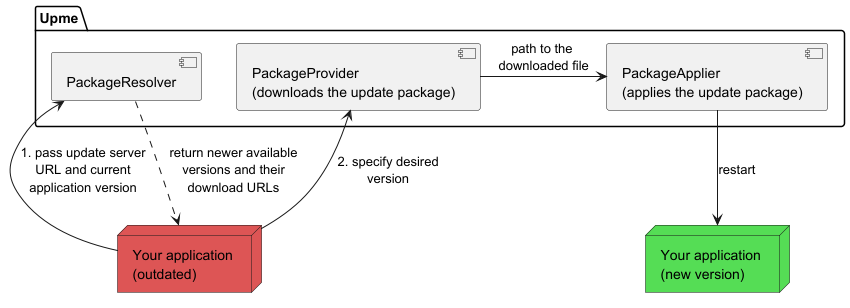
The PlantUML diagram docs/target/flow.png in olepoeschl/Upme, before a commit.
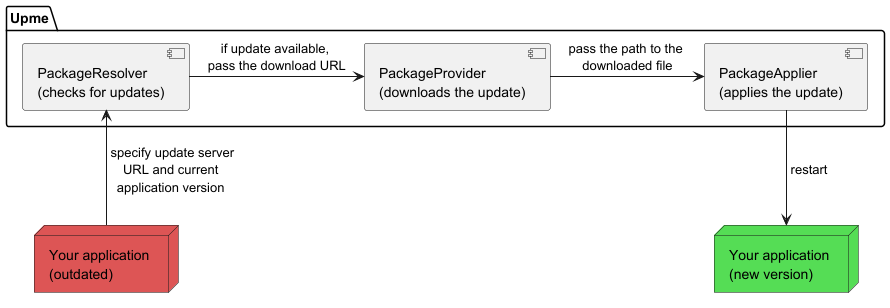
Later version of the same file.

Commit message:
more high-level flow diagram

Diff of the diagram source:
```diff
@@ -2,17 +2,16 @@
 skinparam backgroundColor transparent
 
 package "Upme" {
-    [PackageResolver] as resolver
-    [PackageProvider\n(downloads the update package)] as provider
-    [PackageApplier\n(applies the update package)] as applier
+    [PackageResolver\n(checks for updates)] as resolver
+    [PackageProvider\n(downloads the update)] as provider
+    [PackageApplier\n(applies the update)] as applier
 }
 node "Your application \n(outdated)" as old_app #dd5555
 node "Your application \n(new version)" as new_app #55dd55
 
-old_app -left-> resolver : "1. pass update server\nURL and current\napplication version"
-resolver .down.> old_app : "return newer available\nversions and their\ndownload URLs"
-old_app -up-> provider : "2. specify desired\nversion"
-provider -right-> applier : "path to the \ndownloaded file"
-applier -down-> new_app : "restart"
+old_app -up-> resolver : " specify update server\nURL and current\napplication version"
+resolver -right-> provider : "if update available, \npass the download URL"
+provider -right-> applier : "pass the path to the \ndownloaded file"
+applier -down-> new_app : " restart"
 
 @enduml
```
